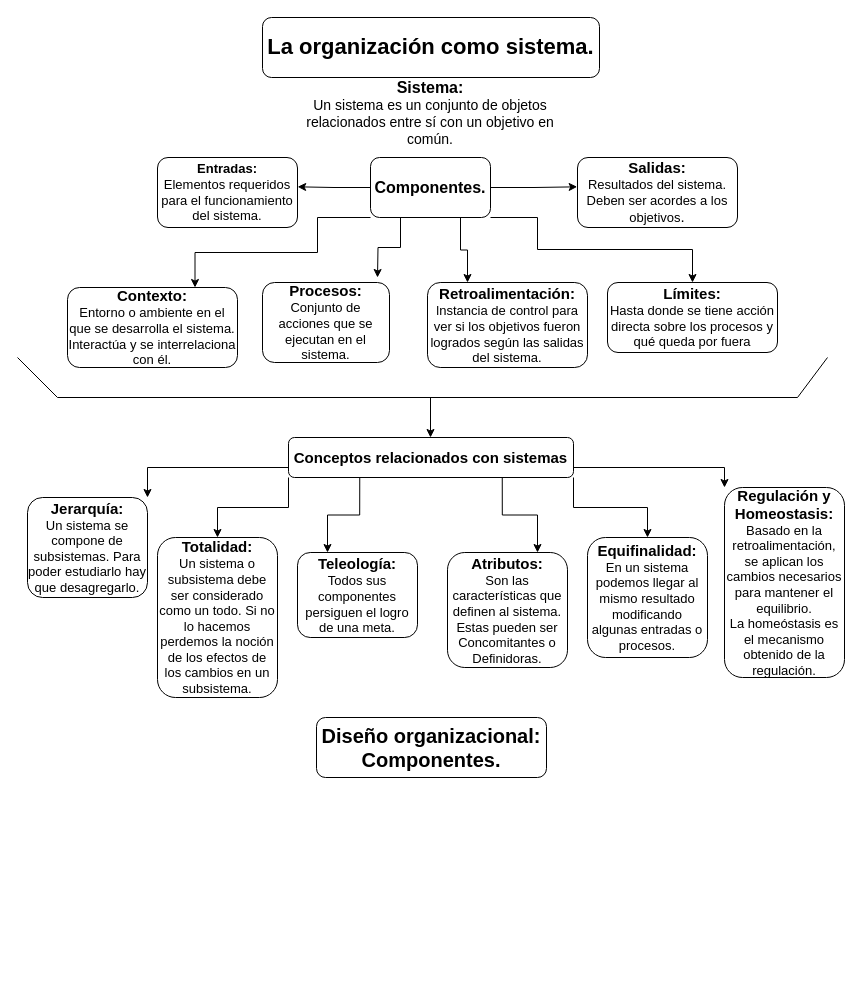
The draw.io diagram Primer Parcial Sistemas.drawio in PsyKloX/nextjs-course, before the edit. Source tidied: cells renumbered, new cells numbered last; positions are measured from the earlier drawing's top-left corner, leaving out a move shared by most shapes. Both pictures are drawn from the tidied source at 100%, with x=0, y=0 at pixel (17, 17).
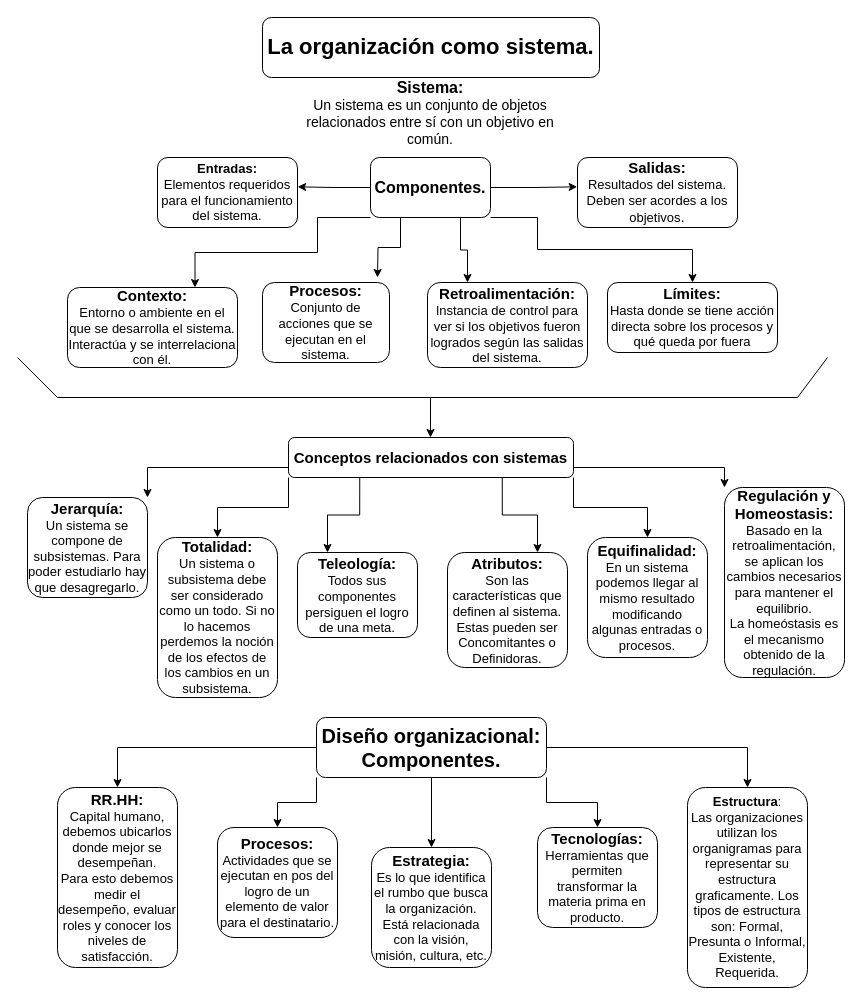
After the change.

The change refers to these unchanged cells:
```xml
<mxCell id="34" value="&lt;b style=&quot;font-size: 20px;&quot;&gt;Diseño organizacional:&lt;br&gt;Componentes.&lt;/b&gt;" style="rounded=1;whiteSpace=wrap;html=1;" parent="1" vertex="1">
  <mxGeometry x="299" y="700" width="230" height="60" as="geometry" />
</mxCell>
```

The edit, as a diff of the source:
```diff
@@
+    <mxCell id="35" style="edgeStyle=orthogonalEdgeStyle;rounded=0;jettySize=auto;html=1;entryX=0.5;entryY=0;entryDx=0;entryDy=0;" parent="1" edge="1" source="34" target="40">
+      <mxGeometry relative="1" as="geometry" />
+    </mxCell>
+    <mxCell id="36" style="edgeStyle=orthogonalEdgeStyle;rounded=0;jettySize=auto;html=1;exitX=0;exitY=1;exitDx=0;exitDy=0;entryX=0.5;entryY=0;entryDx=0;entryDy=0;" parent="1" edge="1" source="34" target="42">
+      <mxGeometry relative="1" as="geometry" />
+    </mxCell>
+    <mxCell id="37" style="edgeStyle=orthogonalEdgeStyle;rounded=0;jettySize=auto;html=1;" parent="1" edge="1" source="34" target="41">
+      <mxGeometry relative="1" as="geometry" />
+    </mxCell>
+    <mxCell id="38" style="edgeStyle=orthogonalEdgeStyle;rounded=0;jettySize=auto;html=1;exitX=1;exitY=1;exitDx=0;exitDy=0;entryX=0.5;entryY=0;entryDx=0;entryDy=0;" parent="1" edge="1" source="34" target="43">
+      <mxGeometry relative="1" as="geometry" />
+    </mxCell>
+    <mxCell id="39" style="edgeStyle=orthogonalEdgeStyle;rounded=0;jettySize=auto;html=1;" parent="1" edge="1" source="34" target="44">
+      <mxGeometry relative="1" as="geometry" />
+    </mxCell>
@@
+    <mxCell id="40" value="&lt;b&gt;&lt;font style=&quot;font-size: 15px;&quot;&gt;RR.HH:&lt;/font&gt;&lt;/b&gt;&lt;div&gt;&lt;font style=&quot;font-size: 13px;&quot;&gt;Capital humano, debemos ubicarlos donde mejor se desempeñan.&lt;/font&gt;&lt;/div&gt;&lt;div&gt;&lt;font style=&quot;font-size: 13px;&quot;&gt;Para esto debemos medir el desempeño, evaluar roles y conocer los niveles de satisfacción.&lt;/font&gt;&lt;/div&gt;" style="rounded=1;whiteSpace=wrap;html=1;" parent="1" vertex="1">
+      <mxGeometry x="40" y="770" width="120" height="180" as="geometry" />
+    </mxCell>
+    <mxCell id="41" value="&lt;b&gt;&lt;font style=&quot;font-size: 15px;&quot;&gt;Estrategia:&lt;/font&gt;&lt;/b&gt;&lt;div&gt;&lt;font style=&quot;font-size: 13px;&quot;&gt;Es lo que identifica el rumbo que busca la organización. Está relacionada con la visión, misión, cultura, etc.&lt;/font&gt;&lt;/div&gt;" style="rounded=1;whiteSpace=wrap;html=1;" parent="1" vertex="1">
+      <mxGeometry x="354" y="830" width="120" height="120" as="geometry" />
+    </mxCell>
+    <mxCell id="42" value="&lt;font style=&quot;font-size: 15px;&quot;&gt;&lt;b&gt;Procesos:&lt;/b&gt;&lt;/font&gt;&lt;div&gt;&lt;font style=&quot;font-size: 13px;&quot;&gt;Actividades que se ejecutan en pos del logro de un elemento de valor para el destinatario.&lt;/font&gt;&lt;/div&gt;" style="rounded=1;whiteSpace=wrap;html=1;" parent="1" vertex="1">
+      <mxGeometry x="200" y="810" width="120" height="110" as="geometry" />
+    </mxCell>
+    <mxCell id="43" value="&lt;b&gt;&lt;font style=&quot;font-size: 15px;&quot;&gt;Tecnologías:&lt;/font&gt;&lt;/b&gt;&lt;div&gt;&lt;font style=&quot;font-size: 13px;&quot;&gt;Herramientas que permiten transformar la materia prima en producto.&lt;/font&gt;&lt;/div&gt;" style="rounded=1;whiteSpace=wrap;html=1;" parent="1" vertex="1">
+      <mxGeometry x="520" y="810" width="120" height="100" as="geometry" />
+    </mxCell>
+    <mxCell id="44" value="&lt;b&gt;&lt;font style=&quot;font-size: 13px;&quot;&gt;Estructura&lt;/font&gt;&lt;/b&gt;:&lt;div&gt;&lt;font style=&quot;font-size: 13px;&quot;&gt;Las organizaciones utilizan los organigramas para representar su estructura graficamente. Los tipos de estructura son: Formal, Presunta o Informal, Existente, Requerida.&lt;/font&gt;&lt;/div&gt;" style="rounded=1;whiteSpace=wrap;html=1;" parent="1" vertex="1">
+      <mxGeometry x="670" y="770" width="120" height="200" as="geometry" />
+    </mxCell>
```
